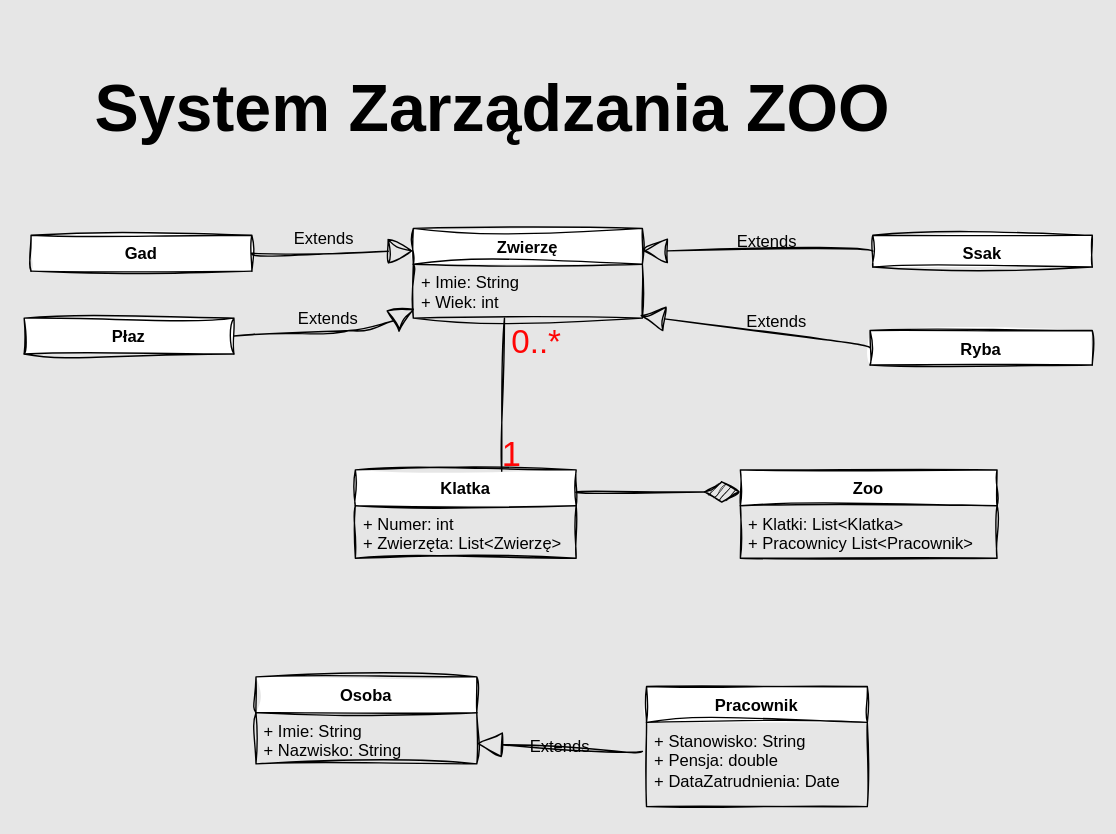
Earlier version of the draw.io diagram Diagram bez tytułu.drawio (nic00la1/AlgorytmyPodstawowe1). Source tidied: cells renumbered, new cells numbered last; positions are measured from the earlier drawing's top-left corner, leaving out a move shared by most shapes. Both pictures are drawn from the tidied source at 138%, with x=0, y=0 at pixel (23, 80).
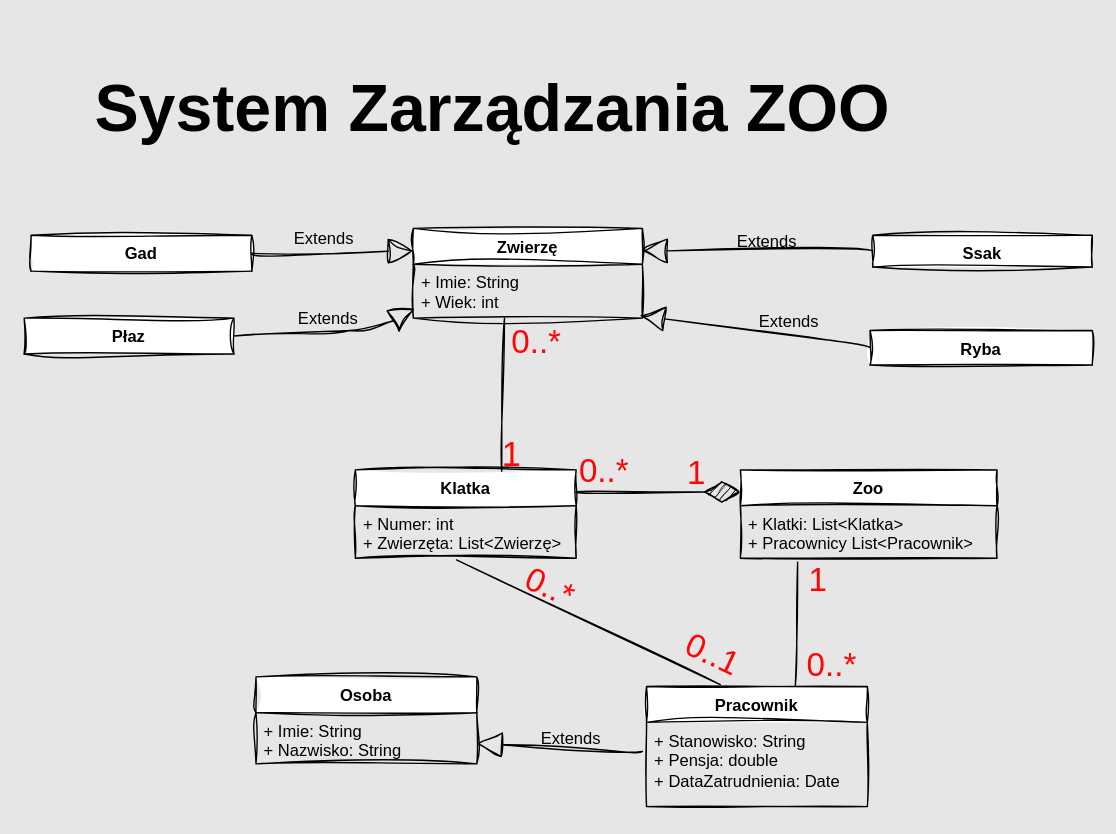
Above is the later version.

The change refers to these unchanged cells:
```xml
<mxCell id="3" value="+ Imie: String&lt;div&gt;+ Wiek: int&lt;/div&gt;&lt;div&gt;&lt;br&gt;&lt;/div&gt;" style="text;strokeColor=none;fillColor=none;align=left;verticalAlign=top;spacingLeft=4;spacingRight=4;overflow=hidden;points=[[0,0.5],[1,0.5]];portConstraint=eastwest;whiteSpace=wrap;html=1;labelBackgroundColor=none;sketch=1;curveFitting=1;jiggle=2;" parent="2" vertex="1">
  <mxGeometry y="26" width="166" height="39" as="geometry" />
</mxCell>
<mxCell id="10" value="Ryba" style="swimlane;fontStyle=1;align=center;verticalAlign=top;horizontal=1;startSize=26;whiteSpace=wrap;html=1;labelBackgroundColor=none;sketch=1;curveFitting=1;jiggle=2;" parent="1" vertex="1">
  <mxGeometry x="613" y="181" width="161" height="25" as="geometry" />
</mxCell>
<mxCell id="13" value="+ Numer: int&lt;div&gt;+ Zwierzęta: List&amp;lt;Zwierzę&amp;gt;&lt;/div&gt;" style="text;strokeColor=none;fillColor=none;align=left;verticalAlign=top;spacingLeft=4;spacingRight=4;overflow=hidden;points=[[0,0.5],[1,0.5]];portConstraint=eastwest;whiteSpace=wrap;html=1;labelBackgroundColor=none;sketch=1;curveFitting=1;jiggle=2;" parent="12" vertex="1">
  <mxGeometry y="26" width="160" height="38" as="geometry" />
</mxCell>
<mxCell id="15" value="+ Klatki: List&amp;lt;Klatka&amp;gt;&lt;div&gt;+ Pracownicy List&amp;lt;Pracownik&amp;gt;&lt;/div&gt;" style="text;strokeColor=none;fillColor=none;align=left;verticalAlign=top;spacingLeft=4;spacingRight=4;overflow=hidden;points=[[0,0.5],[1,0.5]];portConstraint=eastwest;whiteSpace=wrap;html=1;labelBackgroundColor=none;sketch=1;curveFitting=1;jiggle=2;" parent="14" vertex="1">
  <mxGeometry y="26" width="186" height="38" as="geometry" />
</mxCell>
<mxCell id="17" value="+ Imie: String&lt;div&gt;+ Nazwisko: String&lt;/div&gt;" style="text;strokeColor=none;fillColor=none;align=left;verticalAlign=top;spacingLeft=4;spacingRight=4;overflow=hidden;points=[[0,0.5],[1,0.5]];portConstraint=eastwest;whiteSpace=wrap;html=1;labelBackgroundColor=none;sketch=1;curveFitting=1;jiggle=2;" parent="16" vertex="1">
  <mxGeometry y="26" width="160" height="37" as="geometry" />
</mxCell>
<mxCell id="18" value="Pracownik" style="swimlane;fontStyle=1;align=center;verticalAlign=top;horizontal=1;startSize=26;whiteSpace=wrap;html=1;labelBackgroundColor=none;sketch=1;curveFitting=1;jiggle=2;" parent="1" vertex="1">
  <mxGeometry x="451" y="439" width="160" height="87" as="geometry" />
</mxCell>
<mxCell id="21" style="endArrow=diamondThin;endFill=1;endSize=24;html=1;rounded=0;fontSize=12;curved=1;exitX=1;exitY=0.25;exitDx=0;exitDy=0;entryX=0;entryY=0.25;entryDx=0;entryDy=0;labelBackgroundColor=none;fontColor=default;sketch=1;curveFitting=1;jiggle=2;" parent="1" edge="1" source="12" target="14">
  <mxGeometry relative="1" as="geometry" />
</mxCell>
```

Change to the diagram source:
```diff
@@
     <mxCell id="11" value="Extends" style="endArrow=block;endSize=16;endFill=0;html=1;rounded=0;fontSize=12;curved=1;entryX=0.988;entryY=0.949;entryDx=0;entryDy=0;entryPerimeter=0;exitX=0;exitY=0.5;exitDx=0;exitDy=0;labelBackgroundColor=none;fontColor=default;sketch=1;curveFitting=1;jiggle=2;" parent="1" edge="1" source="10" target="3">
-      <mxGeometry x="-0.17" y="-9" relative="1" as="geometry" />
+      <mxGeometry x="-0.28" y="-10" relative="1" as="geometry" />
     </mxCell>
@@
     <mxCell id="20" value="Extends" style="endArrow=block;endSize=16;endFill=0;html=1;rounded=0;fontSize=12;curved=1;exitX=-0.012;exitY=0.098;exitDx=0;exitDy=0;exitPerimeter=0;labelBackgroundColor=none;fontColor=default;sketch=1;curveFitting=1;jiggle=2;" parent="1" edge="1" target="17">
-      <mxGeometry relative="1" as="geometry">
+      <mxGeometry x="-0.13" y="-7" relative="1" as="geometry">
         <mxPoint x="448" y="486" as="sourcePoint" />
       </mxGeometry>
     </mxCell>
@@
+    <mxCell id="26" value="&lt;font face=&quot;Helvetica&quot; style=&quot;font-size: 24px;&quot;&gt;0..*&lt;/font&gt;" style="edgeLabel;html=1;align=center;verticalAlign=middle;sketch=1;hachureGap=4;jiggle=2;curveFitting=1;fontFamily=Architects Daughter;labelBackgroundColor=none;fontColor=#FF0505;" parent="21" vertex="1">
+      <mxGeometry x="-0.71" relative="1" as="geometry">
+        <mxPoint x="2" y="-16" as="offset" />
+      </mxGeometry>
+    </mxCell>
@@
+    <mxCell id="27" value="&lt;font face=&quot;Helvetica&quot; style=&quot;font-size: 24px;&quot;&gt;1&lt;/font&gt;" style="edgeLabel;html=1;align=center;verticalAlign=middle;sketch=1;hachureGap=4;jiggle=2;curveFitting=1;fontFamily=Architects Daughter;labelBackgroundColor=none;fontColor=#FF0505;" parent="1" vertex="1">
+      <mxGeometry x="486" y="284" as="geometry" />
+    </mxCell>
+    <mxCell id="28" style="endArrow=none;html=1;rounded=0;sketch=1;hachureGap=4;jiggle=2;curveFitting=1;fontFamily=Architects Daughter;entryX=0.223;entryY=1.074;entryDx=0;entryDy=0;entryPerimeter=0;exitX=0.674;exitY=-0.007;exitDx=0;exitDy=0;exitPerimeter=0;" parent="1" edge="1" source="18" target="15">
+      <mxGeometry relative="1" as="geometry" />
+    </mxCell>
+    <mxCell id="29" value="&lt;font face=&quot;Helvetica&quot; style=&quot;font-size: 24px;&quot;&gt;1&lt;/font&gt;" style="edgeLabel;html=1;align=center;verticalAlign=middle;sketch=1;hachureGap=4;jiggle=2;curveFitting=1;fontFamily=Architects Daughter;labelBackgroundColor=none;fontColor=#FF0505;" parent="1" vertex="1">
+      <mxGeometry x="496" y="298" as="geometry">
+        <mxPoint x="78" y="63" as="offset" />
+      </mxGeometry>
+    </mxCell>
+    <mxCell id="30" value="&lt;font face=&quot;Helvetica&quot; style=&quot;font-size: 24px;&quot;&gt;0..*&lt;/font&gt;" style="edgeLabel;html=1;align=center;verticalAlign=middle;sketch=1;hachureGap=4;jiggle=2;curveFitting=1;fontFamily=Architects Daughter;labelBackgroundColor=none;fontColor=#FF0505;" parent="1" vertex="1">
+      <mxGeometry x="584" y="423" as="geometry" />
+    </mxCell>
+    <mxCell id="31" style="endArrow=none;html=1;rounded=0;sketch=1;hachureGap=4;jiggle=2;curveFitting=1;fontFamily=Architects Daughter;exitX=0.334;exitY=-0.016;exitDx=0;exitDy=0;entryX=0.458;entryY=1.032;entryDx=0;entryDy=0;entryPerimeter=0;exitPerimeter=0;" parent="1" edge="1" source="18" target="13">
+      <mxGeometry relative="1" as="geometry" />
+    </mxCell>
+    <mxCell id="32" value="&lt;span style=&quot;color: rgb(255, 5, 5); font-family: Helvetica; font-size: 24px; font-style: normal; font-variant-ligatures: normal; font-variant-caps: normal; font-weight: 400; letter-spacing: normal; orphans: 2; text-align: center; text-indent: 0px; text-transform: none; widows: 2; word-spacing: 0px; -webkit-text-stroke-width: 0px; white-space: nowrap; text-decoration-thickness: initial; text-decoration-style: initial; text-decoration-color: initial; float: none; display: inline !important;&quot;&gt;0..1&lt;/span&gt;" style="text;whiteSpace=wrap;html=1;fontFamily=Architects Daughter;rotation=25;fillColor=none;strokeColor=none;rounded=0;glass=0;fontSize=12;fontColor=default;" parent="1" vertex="1">
+      <mxGeometry x="475.5" y="394" width="41" height="51" as="geometry" />
+    </mxCell>
+    <mxCell id="33" value="&lt;span style=&quot;color: rgb(255, 5, 5); font-family: Helvetica; font-size: 24px; font-style: normal; font-variant-ligatures: normal; font-variant-caps: normal; font-weight: 400; letter-spacing: normal; orphans: 2; text-align: center; text-indent: 0px; text-transform: none; widows: 2; word-spacing: 0px; -webkit-text-stroke-width: 0px; white-space: nowrap; text-decoration-thickness: initial; text-decoration-style: initial; text-decoration-color: initial; float: none; display: inline !important;&quot;&gt;0..*&lt;/span&gt;" style="text;whiteSpace=wrap;html=1;fontFamily=Architects Daughter;rotation=25;fillColor=none;strokeColor=none;rounded=0;glass=0;fontSize=12;fontColor=default;" parent="1" vertex="1">
+      <mxGeometry x="359" y="346" width="41" height="51" as="geometry" />
+    </mxCell>
```
